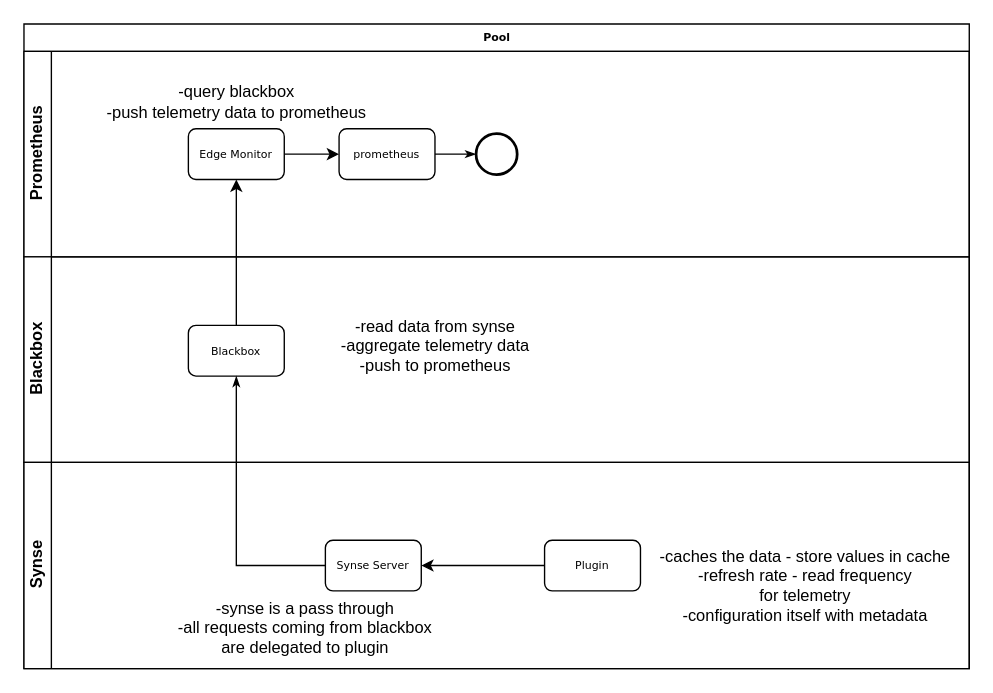
dsm100/test keeps this draw.io diagram as page "Page-3" (3 of 3) of power-rep.drawio. Above is the earlier version. Source tidied: cells renumbered, new cells numbered last; positions are measured from the earlier drawing's top-left corner, leaving out a move shared by most shapes. Both pictures are drawn from the tidied source at 137%, with x=0, y=0 at pixel (23, 23).
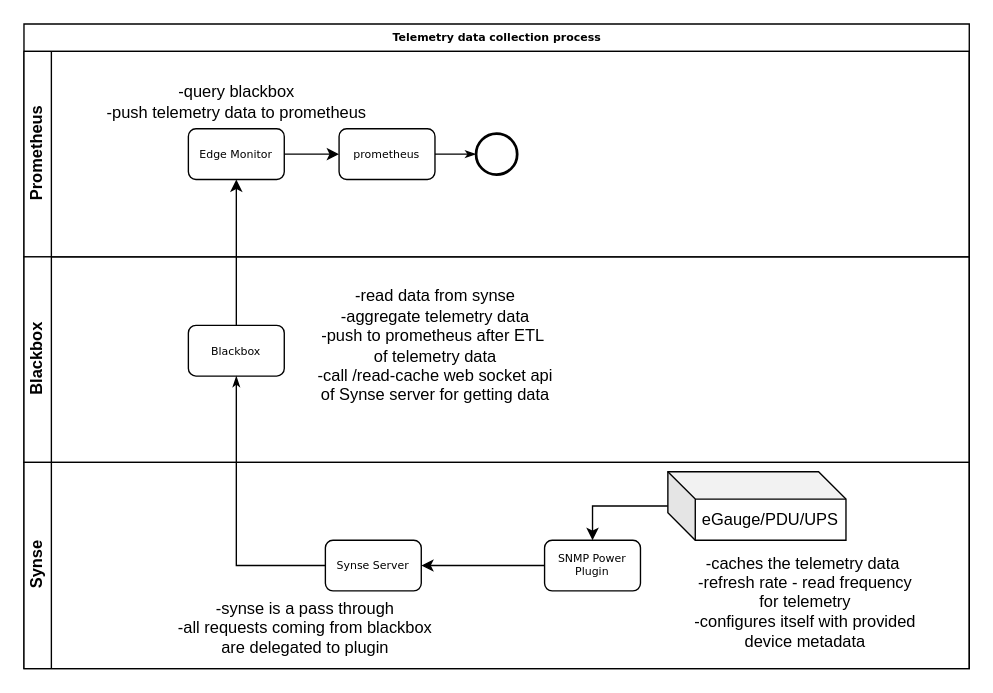
The same page after the edit.

Unchanged cells that the change refers to:
```xml
<mxCell id="12" value="Blackbox" style="swimlane;html=1;startSize=20;horizontal=0;" parent="2" vertex="1">
  <mxGeometry y="170" width="690" height="150" as="geometry" />
</mxCell>
<mxCell id="15" value="Synse" style="swimlane;html=1;startSize=20;horizontal=0;" parent="2" vertex="1">
  <mxGeometry y="320" width="690" height="150.5" as="geometry" />
</mxCell>
```

Diff of the diagram source:
```diff
@@
-    <mxCell id="2" value="Pool" style="swimlane;html=1;horizontal=1;startSize=20;rounded=0;shadow=0;labelBackgroundColor=none;strokeWidth=1;fontFamily=Verdana;fontSize=8;align=center;" parent="1" vertex="1">
+    <mxCell id="2" value="Telemetry data collection process" style="swimlane;html=1;horizontal=1;startSize=20;rounded=0;shadow=0;labelBackgroundColor=none;strokeWidth=1;fontFamily=Verdana;fontSize=8;align=center;" parent="1" vertex="1">
       <mxGeometry width="690" height="470.5" as="geometry" />
     </mxCell>
@@
-    <mxCell id="14" value="-read data from synse&lt;br&gt;-aggregate telemetry data&lt;br&gt;-push to prometheus" style="text;html=1;align=center;verticalAlign=middle;strokeColor=none;fillColor=none;" parent="12" vertex="1">
-      <mxGeometry x="220" y="35.2" width="160" height="60" as="geometry" />
+    <mxCell id="14" value="-read data from synse&lt;br&gt;-aggregate telemetry data&lt;br&gt;-push to prometheus after ETL&amp;nbsp;&lt;br&gt;of telemetry data&lt;br&gt;-call&amp;nbsp;/read-cache web socket api&lt;br&gt;of Synse server for getting data" style="text;html=1;align=center;verticalAlign=middle;strokeColor=none;fillColor=none;" parent="12" vertex="1">
+      <mxGeometry x="205" y="15.2" width="190" height="100" as="geometry" />
     </mxCell>
@@
-    <mxCell id="18" value="Plugin" style="rounded=1;whiteSpace=wrap;html=1;shadow=0;labelBackgroundColor=none;strokeWidth=1;fontFamily=Verdana;fontSize=8;align=center;" parent="15" vertex="1">
+    <mxCell id="18" value="SNMP Power Plugin" style="rounded=1;whiteSpace=wrap;html=1;shadow=0;labelBackgroundColor=none;strokeWidth=1;fontFamily=Verdana;fontSize=8;align=center;" parent="15" vertex="1">
       <mxGeometry x="380" y="56.8" width="70" height="37" as="geometry" />
     </mxCell>
-    <mxCell id="19" value="-caches the data - store values in cache&lt;br&gt;-refresh rate - read frequency &lt;br&gt;for telemetry&lt;br&gt;-configuration itself with metadata" style="text;html=1;align=center;verticalAlign=middle;strokeColor=none;fillColor=none;" parent="15" vertex="1">
-      <mxGeometry x="450" y="55" width="240" height="70" as="geometry" />
+    <mxCell id="19" value="-caches the telemetry data&amp;nbsp;&lt;br&gt;-refresh rate - read frequency &lt;br&gt;for telemetry&lt;br&gt;-configures itself with provided &lt;br&gt;device metadata" style="text;html=1;align=center;verticalAlign=middle;strokeColor=none;fillColor=none;" parent="15" vertex="1">
+      <mxGeometry x="480" y="56.8" width="180" height="90" as="geometry" />
     </mxCell>
@@
+    <mxCell id="23" style="edgeStyle=orthogonalEdgeStyle;rounded=0;jettySize=auto;html=1;entryX=0.5;entryY=0;entryDx=0;entryDy=0;" parent="15" edge="1" source="24" target="18">
+      <mxGeometry relative="1" as="geometry" />
+    </mxCell>
+    <mxCell id="24" value="eGauge/PDU/UPS" style="shape=cube;whiteSpace=wrap;html=1;boundedLbl=1;backgroundOutline=1;darkOpacity=0.05;darkOpacity2=0.1;" parent="15" vertex="1">
+      <mxGeometry x="470" y="6.8" width="130" height="50" as="geometry" />
+    </mxCell>
```
